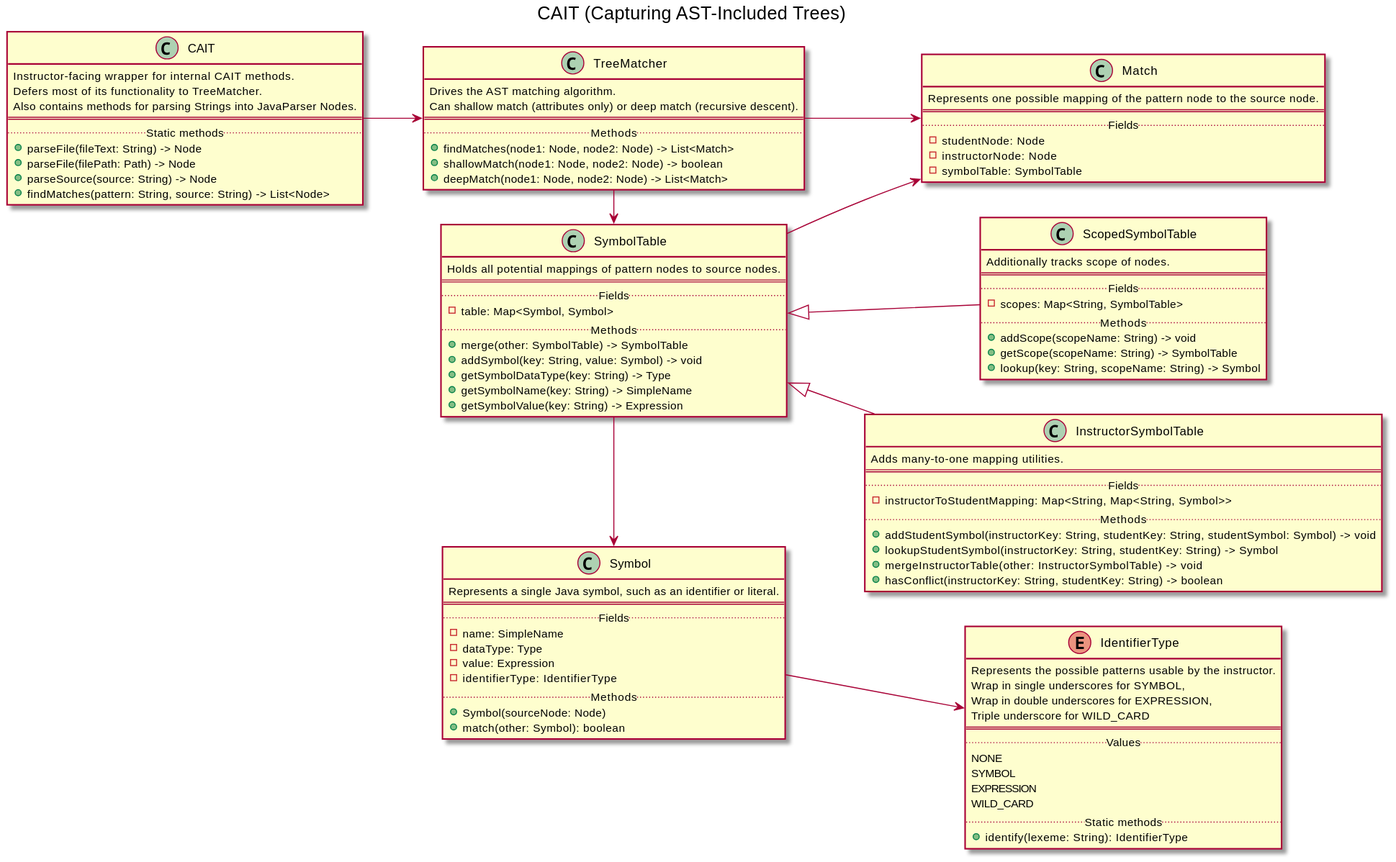
Above: Documentation/UML/CAIT.svg in VCU-CS-Capstone/cs-25-312-java-pedagogical-libraries (PlantUML), before the change.
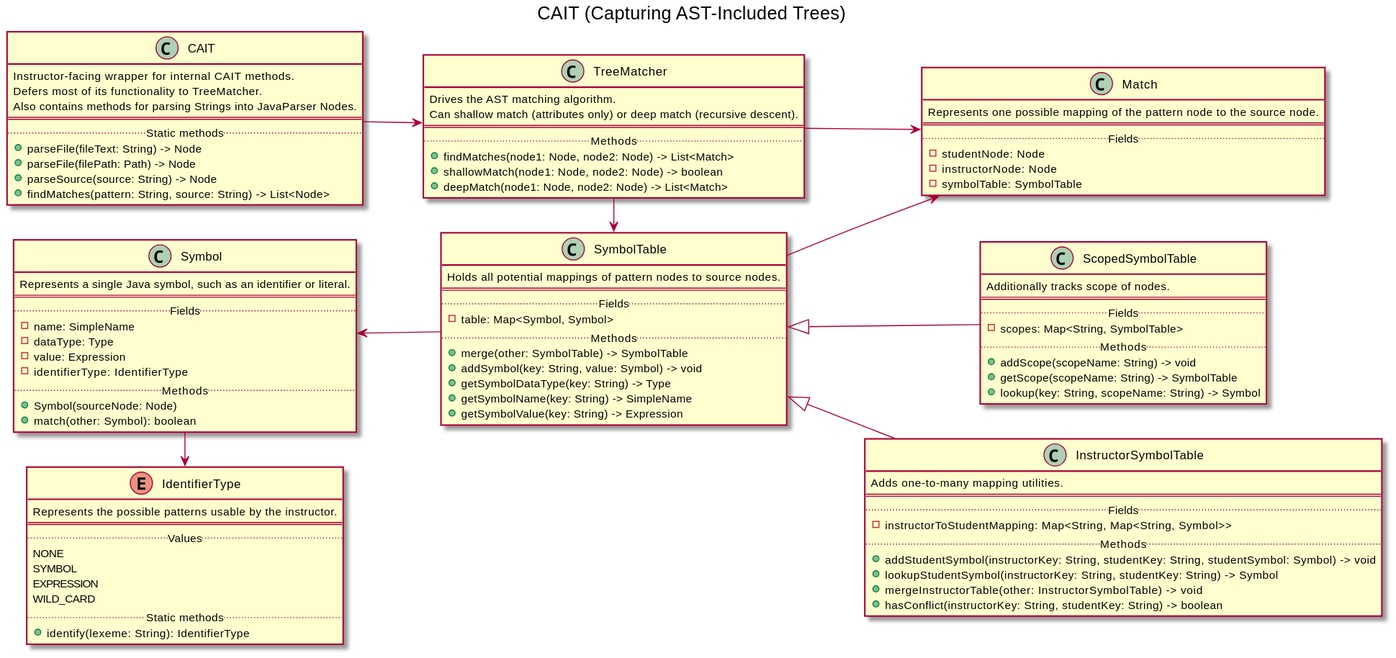
The same diagram one commit later.

Commit message:
Rearrange UML for space efficiency

Change to the diagram source:
```diff
@@ -48,6 +48,18 @@
     + getSymbolValue(key: String) -> Expression
 }
 
+class InstructorSymbolTable extends SymbolTable {
+    Adds one-to-many mapping utilities.
+    ==
+    .. Fields ..
+    - instructorToStudentMapping: Map<String, Map<String, Symbol>>
+    .. Methods ..
+    + addStudentSymbol(instructorKey: String, studentKey: String, studentSymbol: Symbol) -> void
+    + lookupStudentSymbol(instructorKey: String, studentKey: String) -> Symbol
+    + mergeInstructorTable(other: InstructorSymbolTable) -> void
+    + hasConflict(instructorKey: String, studentKey: String) -> boolean
+}
+
 class ScopedSymbolTable extends SymbolTable {
     Additionally tracks scope of nodes.
     ==
@@ -57,18 +69,6 @@
     + addScope(scopeName: String) -> void
     + getScope(scopeName: String) -> SymbolTable
     + lookup(key: String, scopeName: String) -> Symbol
-}
-
-class InstructorSymbolTable extends SymbolTable {
-    Adds many-to-one mapping utilities.
-    ==
-    .. Fields ..
-    - instructorToStudentMapping: Map<String, Map<String, Symbol>>
-    .. Methods ..
-    + addStudentSymbol(instructorKey: String, studentKey: String, studentSymbol: Symbol) -> void
-    + lookupStudentSymbol(instructorKey: String, studentKey: String) -> Symbol
-    + mergeInstructorTable(other: InstructorSymbolTable) -> void
-    + hasConflict(instructorKey: String, studentKey: String) -> boolean
 }
 
 class Symbol {
@@ -86,9 +86,6 @@
 
 enum IdentifierType {
     Represents the possible patterns usable by the instructor.
-    Wrap in single underscores for SYMBOL,
-    Wrap in double underscores for EXPRESSION,
-    Triple underscore for WILD_CARD
     ==
     .. Values ..
     NONE
@@ -103,7 +100,7 @@
 TreeMatcher --> Match
 TreeMatcher -> SymbolTable
 SymbolTable --> Match
-SymbolTable -> Symbol
-Symbol --> IdentifierType
+Symbol <-- SymbolTable
+Symbol -> IdentifierType
 
 @enduml
```
